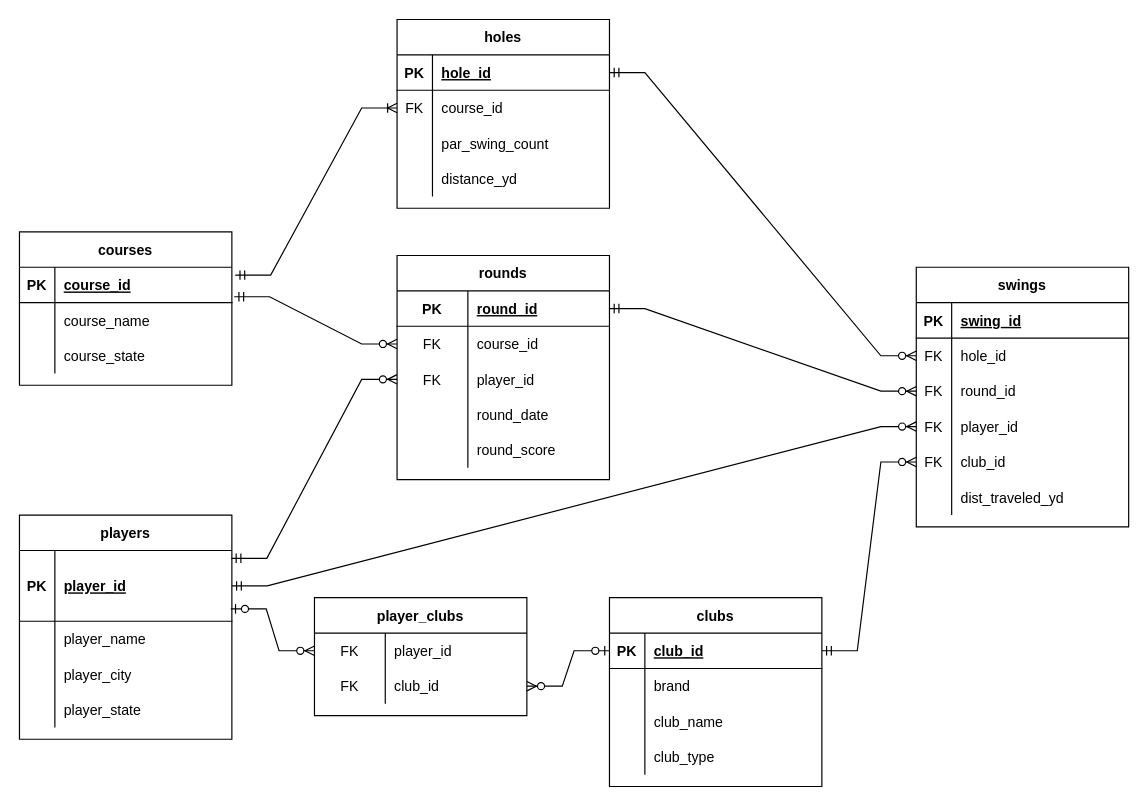
This is database/golf-tracker-ERD.drawio from lubranoa/CS340-Golf-Tracker-DB, a draw.io file, before an edit. Source tidied: cells renumbered, new cells numbered last; positions are measured from the earlier drawing's top-left corner, leaving out a move shared by most shapes. Both pictures are drawn from the tidied source at 118%, with x=0, y=0 at pixel (19, 19).
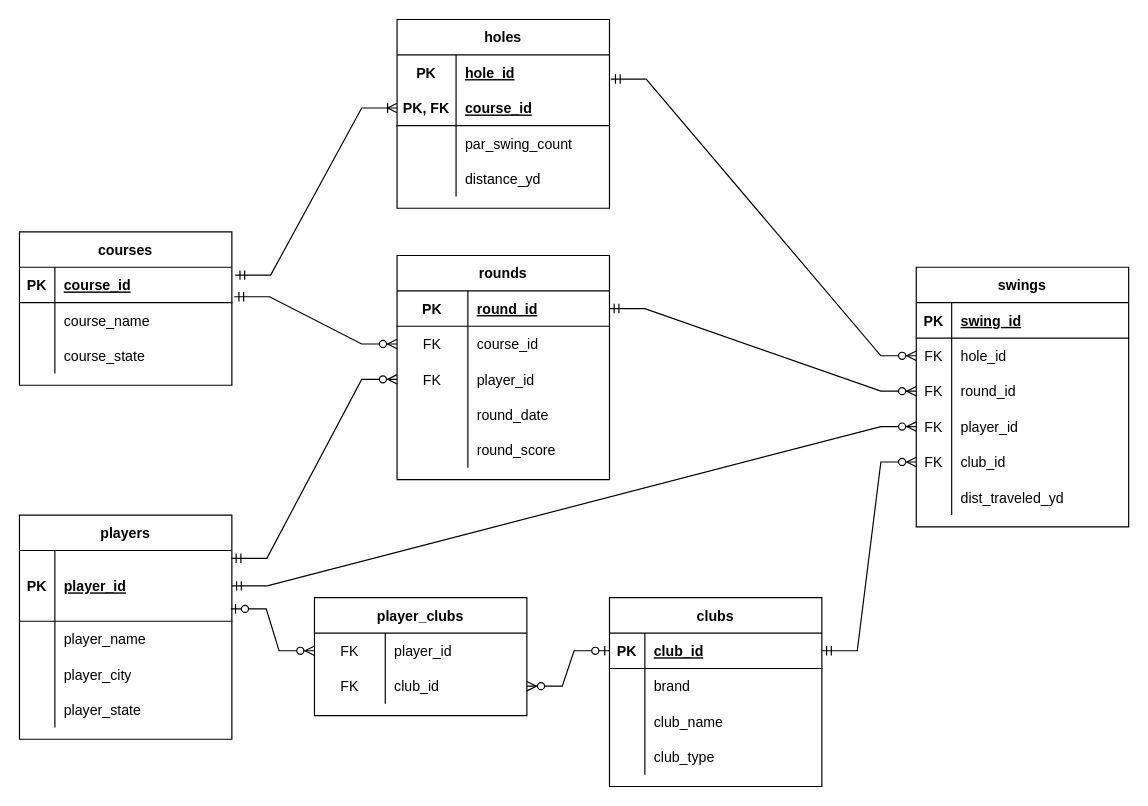
After the change.

Commit message:
Made hole.course_id a PK for holes

Unchanged cells that the change refers to:
```xml
<mxCell id="19" style="shape=tableRow;horizontal=0;startSize=0;swimlaneHead=0;swimlaneBody=0;fillColor=none;points=[[0,0.5],[1,0.5]];portConstraint=eastwest;top=0;left=0;right=0;bottom=0;" parent="15" vertex="1">
  <mxGeometry y="60" width="180" height="30" as="geometry" />
</mxCell>
<mxCell id="43" style="shape=tableRow;horizontal=0;startSize=0;swimlaneHead=0;swimlaneBody=0;fillColor=none;points=[[0,0.5],[1,0.5]];portConstraint=eastwest;top=0;left=0;right=0;bottom=1;" parent="42" vertex="1">
  <mxGeometry y="30" width="180" height="30" as="geometry" />
</mxCell>
<mxCell id="52" value="holes" style="shape=table;startSize=30;childLayout=tableLayout;rowLines=0;fontStyle=1;align=center;" parent="1" vertex="1">
  <mxGeometry x="320" width="180" height="160" as="geometry" />
</mxCell>
<mxCell id="59" style="shape=tableRow;horizontal=0;startSize=0;swimlaneHead=0;swimlaneBody=0;fillColor=none;top=0;left=0;right=0;bottom=0;" parent="52" vertex="1">
  <mxGeometry y="90" width="180" height="30" as="geometry" />
</mxCell>
<mxCell id="62" style="shape=tableRow;horizontal=0;startSize=0;swimlaneHead=0;swimlaneBody=0;fillColor=none;top=0;left=0;right=0;bottom=0;" parent="52" vertex="1">
  <mxGeometry y="120" width="180" height="30" as="geometry" />
</mxCell>
```

Diff of the diagram source:
```diff
@@
-    <mxCell id="53" style="shape=tableRow;horizontal=0;startSize=0;swimlaneHead=0;swimlaneBody=0;fillColor=none;points=[[0,0.5],[1,0.5]];portConstraint=eastwest;top=0;left=0;right=0;bottom=1;" parent="52" vertex="1">
-      <mxGeometry y="30" width="180" height="30" as="geometry" />
-    </mxCell>
+    <mxCell id="102" style="shape=tableRow;horizontal=0;startSize=0;swimlaneHead=0;swimlaneBody=0;fillColor=none;points=[[0,0.5],[1,0.5]];portConstraint=eastwest;top=0;left=0;right=0;bottom=0;" parent="52" vertex="1">
+      <mxGeometry y="30" width="180" height="30" as="geometry" />
+    </mxCell>
-    <mxCell id="54" value="PK" style="shape=partialRectangle;fillColor=none;top=0;left=0;bottom=0;right=0;fontStyle=1;overflow=hidden;" parent="53" vertex="1">
-      <mxGeometry width="30" height="30" as="geometry" />
+    <mxCell id="54" value="PK" style="shape=partialRectangle;fillColor=none;top=0;left=0;bottom=0;right=0;fontStyle=1;overflow=hidden;" parent="102" vertex="1">
+      <mxGeometry width="50" height="30" as="geometry" />
     </mxCell>
-    <mxCell id="55" value="hole_id" style="shape=partialRectangle;fillColor=none;top=0;left=0;bottom=0;right=0;align=left;spacingLeft=6;fontStyle=5;overflow=hidden;" parent="53" vertex="1">
-      <mxGeometry x="30" width="150" height="30" as="geometry" />
+    <mxCell id="55" value="hole_id" style="shape=partialRectangle;fillColor=none;top=0;left=0;bottom=0;right=0;align=left;spacingLeft=6;fontStyle=5;overflow=hidden;" parent="102" vertex="1">
+      <mxGeometry x="50" width="130" height="30" as="geometry" />
     </mxCell>
-    <mxCell id="56" style="shape=tableRow;horizontal=0;startSize=0;swimlaneHead=0;swimlaneBody=0;fillColor=none;points=[[0,0.5],[1,0.5]];portConstraint=eastwest;top=0;left=0;right=0;bottom=0;" parent="52" vertex="1">
-      <mxGeometry y="60" width="180" height="30" as="geometry" />
-    </mxCell>
-    <mxCell id="57" value="FK" style="shape=partialRectangle;fillColor=none;top=0;left=0;bottom=0;right=0;overflow=hidden;" parent="56" vertex="1">
-      <mxGeometry width="30" height="30" as="geometry" />
-    </mxCell>
+    <mxCell id="103" style="shape=tableRow;horizontal=0;startSize=0;swimlaneHead=0;swimlaneBody=0;fillColor=none;points=[[0,0.5],[1,0.5]];portConstraint=eastwest;top=0;left=0;right=0;bottom=1;" parent="52" vertex="1">
+      <mxGeometry y="60" width="180" height="30" as="geometry" />
+    </mxCell>
+    <mxCell id="104" value="PK, FK" style="shape=partialRectangle;fillColor=none;top=0;left=0;bottom=0;right=0;fontStyle=1;overflow=hidden;" parent="103" vertex="1">
+      <mxGeometry width="50" height="30" as="geometry" />
+    </mxCell>
-    <mxCell id="58" value="course_id" style="shape=partialRectangle;fillColor=none;top=0;left=0;bottom=0;right=0;align=left;spacingLeft=6;overflow=hidden;" parent="56" vertex="1">
-      <mxGeometry x="30" width="150" height="30" as="geometry" />
+    <mxCell id="58" value="course_id" style="shape=partialRectangle;fillColor=none;top=0;left=0;bottom=0;right=0;align=left;spacingLeft=6;fontStyle=5;overflow=hidden;" parent="103" vertex="1">
+      <mxGeometry x="50" width="130" height="30" as="geometry" />
     </mxCell>
@@
     <mxCell id="60" style="shape=partialRectangle;fillColor=none;top=0;left=0;bottom=0;right=0;overflow=hidden;" parent="59" vertex="1">
-      <mxGeometry width="30" height="30" as="geometry" />
+      <mxGeometry width="50" height="30" as="geometry" />
     </mxCell>
     <mxCell id="61" value="par_swing_count" style="shape=partialRectangle;fillColor=none;top=0;left=0;bottom=0;right=0;align=left;spacingLeft=6;overflow=hidden;" parent="59" vertex="1">
-      <mxGeometry x="30" width="150" height="30" as="geometry" />
+      <mxGeometry x="50" width="130" height="30" as="geometry" />
     </mxCell>
@@
     <mxCell id="63" style="shape=partialRectangle;fillColor=none;top=0;left=0;bottom=0;right=0;overflow=hidden;" parent="62" vertex="1">
-      <mxGeometry width="30" height="30" as="geometry" />
+      <mxGeometry width="50" height="30" as="geometry" />
     </mxCell>
     <mxCell id="64" value="distance_yd" style="shape=partialRectangle;fillColor=none;top=0;left=0;bottom=0;right=0;align=left;spacingLeft=6;overflow=hidden;" parent="62" vertex="1">
-      <mxGeometry x="30" width="150" height="30" as="geometry" />
+      <mxGeometry x="50" width="130" height="30" as="geometry" />
     </mxCell>
-    <mxCell id="65" style="edgeStyle=entityRelationEdgeStyle;fontSize=12;html=1;endArrow=ERoneToMany;startArrow=ERmandOne;rounded=0;exitX=1.016;exitY=0.222;exitDx=0;exitDy=0;exitPerimeter=0;" parent="1" edge="1" source="43" target="56">
+    <mxCell id="65" style="edgeStyle=entityRelationEdgeStyle;fontSize=12;html=1;endArrow=ERoneToMany;startArrow=ERmandOne;rounded=0;exitX=1.016;exitY=0.222;exitDx=0;exitDy=0;exitPerimeter=0;entryX=0;entryY=0.5;entryDx=0;entryDy=0;" parent="1" edge="1" source="43" target="103">
       <mxGeometry relative="1" as="geometry" />
     </mxCell>
@@
-    <mxCell id="101" style="edgeStyle=entityRelationEdgeStyle;fontSize=12;html=1;endArrow=ERzeroToMany;startArrow=ERmandOne;rounded=0;exitX=1;exitY=0.5;exitDx=0;exitDy=0;entryX=0;entryY=0.5;entryDx=0;entryDy=0;" parent="1" edge="1" source="53" target="19">
+    <mxCell id="101" style="edgeStyle=entityRelationEdgeStyle;fontSize=12;html=1;endArrow=ERzeroToMany;startArrow=ERmandOne;rounded=0;exitX=1.006;exitY=0.683;exitDx=0;exitDy=0;entryX=0;entryY=0.5;entryDx=0;entryDy=0;exitPerimeter=0;" parent="1" edge="1" source="102" target="19">
       <mxGeometry relative="1" as="geometry" />
     </mxCell>
```
